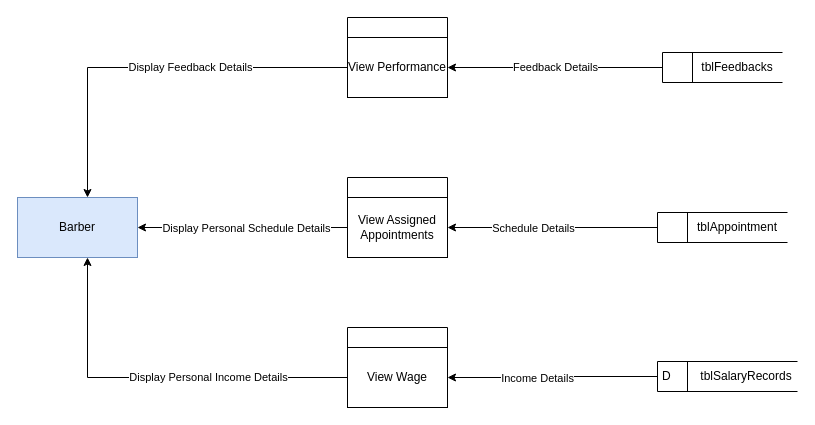
Earlier version of the draw.io diagram page "Barber" (4 of 5) of Diagrams/Data flow.drawio (iampotato16/AppointCut). Source tidied: cells renumbered, new cells numbered last; positions are measured from the earlier drawing's top-left corner, leaving out a move shared by most shapes. Both pictures are drawn from the tidied source at 100%, with x=0, y=0 at pixel (17, 17).
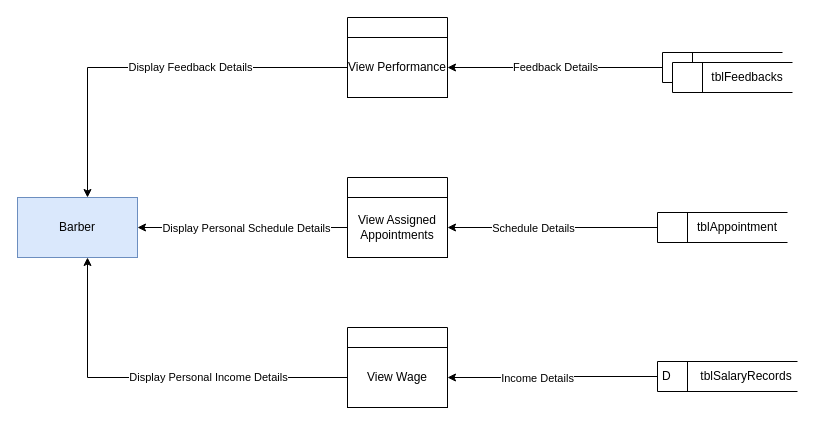
The same page after the edit.

Diff of the diagram source:
```diff
@@
-    <mxCell id="15" style="group;" parent="1" vertex="1">
+    <mxCell id="15" style="group;fontColor=default;" parent="1" vertex="1">
       <mxGeometry x="645" y="40" width="120" height="30" as="geometry" />
     </mxCell>
@@
+    <mxCell id="29" style="group;fontColor=default;" parent="1" vertex="1">
+      <mxGeometry x="655" y="50" width="120" height="30" as="geometry" />
+    </mxCell>
+    <mxCell id="30" style="html=1;dashed=0;whitespace=wrap;shape=mxgraph.dfd.dataStoreID;align=left;spacingLeft=3;sketch=0;" parent="29" vertex="1">
+      <mxGeometry y="-5" width="120" height="30" as="geometry" />
+    </mxCell>
+    <mxCell id="31" value="tblFeedbacks" style="text;html=1;strokeColor=none;fillColor=none;align=center;verticalAlign=middle;whiteSpace=wrap;rounded=0;sketch=0;" parent="29" vertex="1">
+      <mxGeometry x="30" y="-10" width="90" height="40" as="geometry" />
+    </mxCell>
```
